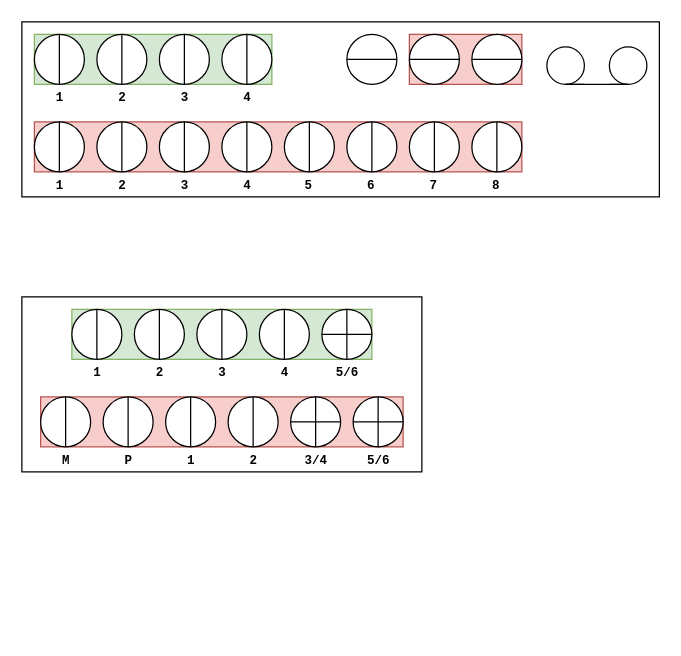
Earlier version of the draw.io diagram mixtape.drawio (pfig/transmission). Source tidied: cells renumbered, new cells numbered last; positions are measured from the earlier drawing's top-left corner, leaving out a move shared by most shapes. Both pictures are drawn from the tidied source at 125%, with x=0, y=0 at pixel (21, 21).
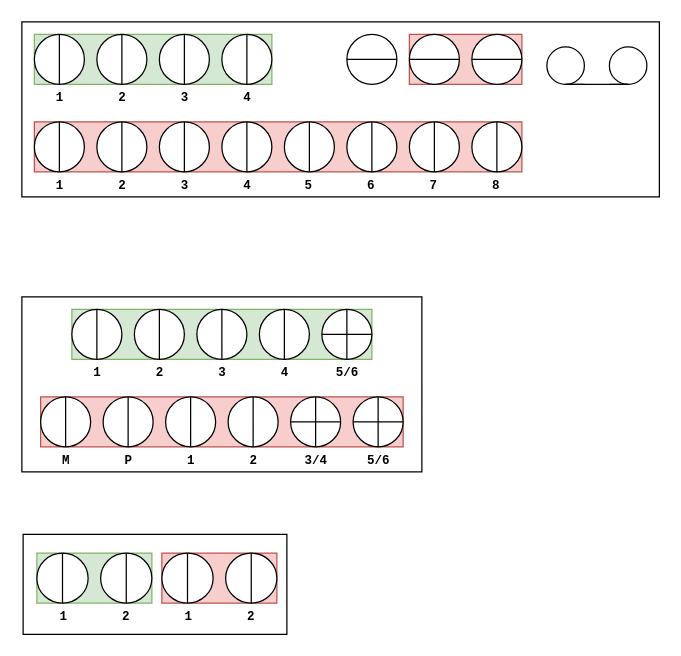
The same page after the edit.

Diff of the diagram source:
```diff
@@
+    <mxCell id="69" style="group;" parent="1" vertex="1">
+      <mxGeometry x="1" y="410" width="211" height="80" as="geometry" />
+    </mxCell>
+    <mxCell id="70" style="rounded=0;whiteSpace=wrap;html=1;" parent="69" vertex="1">
+      <mxGeometry width="211" height="80" as="geometry" />
+    </mxCell>
+    <mxCell id="71" style="group;" parent="69" vertex="1">
+      <mxGeometry x="11" y="15" width="192" height="60" as="geometry" />
+    </mxCell>
+    <mxCell id="72" style="group;" parent="71" vertex="1">
+      <mxGeometry width="92" height="60" as="geometry" />
+    </mxCell>
+    <mxCell id="73" style="group;fillColor=#d5e8d4;strokeColor=#82b366;" parent="72" vertex="1">
+      <mxGeometry width="92" height="40" as="geometry" />
+    </mxCell>
+    <mxCell id="74" style="shape=lineEllipse;line=vertical;perimeter=ellipsePerimeter;whiteSpace=wrap;html=1;backgroundOutline=1;" parent="73" vertex="1">
+      <mxGeometry width="41" height="40" as="geometry" />
+    </mxCell>
+    <mxCell id="75" style="shape=lineEllipse;line=vertical;perimeter=ellipsePerimeter;whiteSpace=wrap;html=1;backgroundOutline=1;" parent="73" vertex="1">
+      <mxGeometry x="51" width="41" height="40" as="geometry" />
+    </mxCell>
+    <mxCell id="76" value="&lt;font style=&quot;font-size: 10px&quot; face=&quot;Courier New&quot;&gt;&lt;b&gt;1&lt;/b&gt;&lt;/font&gt;" style="text;html=1;align=center;verticalAlign=middle;fillColor=none;strokeColor=none;rounded=0;" parent="72" vertex="1">
+      <mxGeometry x="11" y="40" width="20" height="20" as="geometry" />
+    </mxCell>
+    <mxCell id="77" value="&lt;font style=&quot;font-size: 10px&quot; face=&quot;Courier New&quot;&gt;&lt;b&gt;2&lt;/b&gt;&lt;/font&gt;" style="text;html=1;align=center;verticalAlign=middle;fillColor=none;strokeColor=none;rounded=0;" parent="72" vertex="1">
+      <mxGeometry x="61" y="40" width="20" height="20" as="geometry" />
+    </mxCell>
+    <mxCell id="78" style="group;" parent="71" vertex="1">
+      <mxGeometry x="100" width="92" height="60" as="geometry" />
+    </mxCell>
+    <mxCell id="79" style="group;fillColor=#f8cecc;strokeColor=#b85450;" parent="78" vertex="1">
+      <mxGeometry width="92" height="40" as="geometry" />
+    </mxCell>
+    <mxCell id="80" style="shape=lineEllipse;line=vertical;perimeter=ellipsePerimeter;whiteSpace=wrap;html=1;backgroundOutline=1;" parent="79" vertex="1">
+      <mxGeometry width="41" height="40" as="geometry" />
+    </mxCell>
+    <mxCell id="81" style="shape=lineEllipse;line=vertical;perimeter=ellipsePerimeter;whiteSpace=wrap;html=1;backgroundOutline=1;" parent="79" vertex="1">
+      <mxGeometry x="51" width="41" height="40" as="geometry" />
+    </mxCell>
+    <mxCell id="82" value="&lt;font style=&quot;font-size: 10px&quot; face=&quot;Courier New&quot;&gt;&lt;b&gt;1&lt;/b&gt;&lt;/font&gt;" style="text;html=1;align=center;verticalAlign=middle;fillColor=none;strokeColor=none;rounded=0;" parent="78" vertex="1">
+      <mxGeometry x="11" y="40" width="20" height="20" as="geometry" />
+    </mxCell>
+    <mxCell id="83" value="&lt;font style=&quot;font-size: 10px&quot; face=&quot;Courier New&quot;&gt;&lt;b&gt;2&lt;/b&gt;&lt;/font&gt;" style="text;html=1;align=center;verticalAlign=middle;fillColor=none;strokeColor=none;rounded=0;" parent="78" vertex="1">
+      <mxGeometry x="61" y="40" width="20" height="20" as="geometry" />
+    </mxCell>
```
